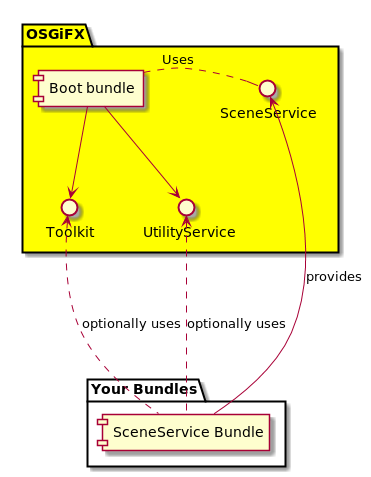
Above: Overview.png in jtkb/flexfx (PlantUML), before the change. The source it was exported from:
```plantuml
@startuml
package "OSGiFX" #Yellow {

interface "SceneService" as SS
interface "UtilityService" as US
interface "Toolkit" as TK
component [Boot bundle]
[Boot bundle] -down-> TK
[Boot bundle] -down-> US
[Boot bundle] -right.. SS : Uses

}

package "Your Bundles" {
component [SceneService Bundle]
SS <-up- [SceneService Bundle] : provides
[SceneService Bundle] -up..> US : optionally uses
[SceneService Bundle] -up..> TK : optionally uses
}
@enduml
```
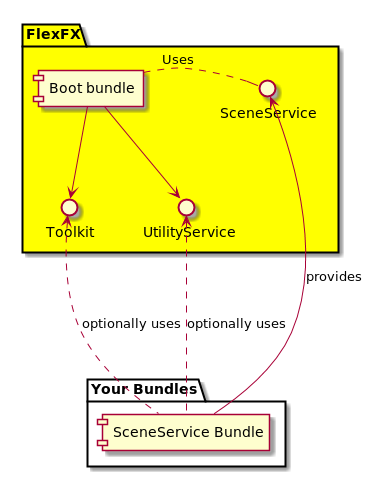
After the commit.

Change to the diagram source:
```diff
@@ -1,5 +1,5 @@
 @startuml
-package "OSGiFX" #Yellow {
+package "FlexFX" #Yellow {
 
 interface "SceneService" as SS
 interface "UtilityService" as US
```
